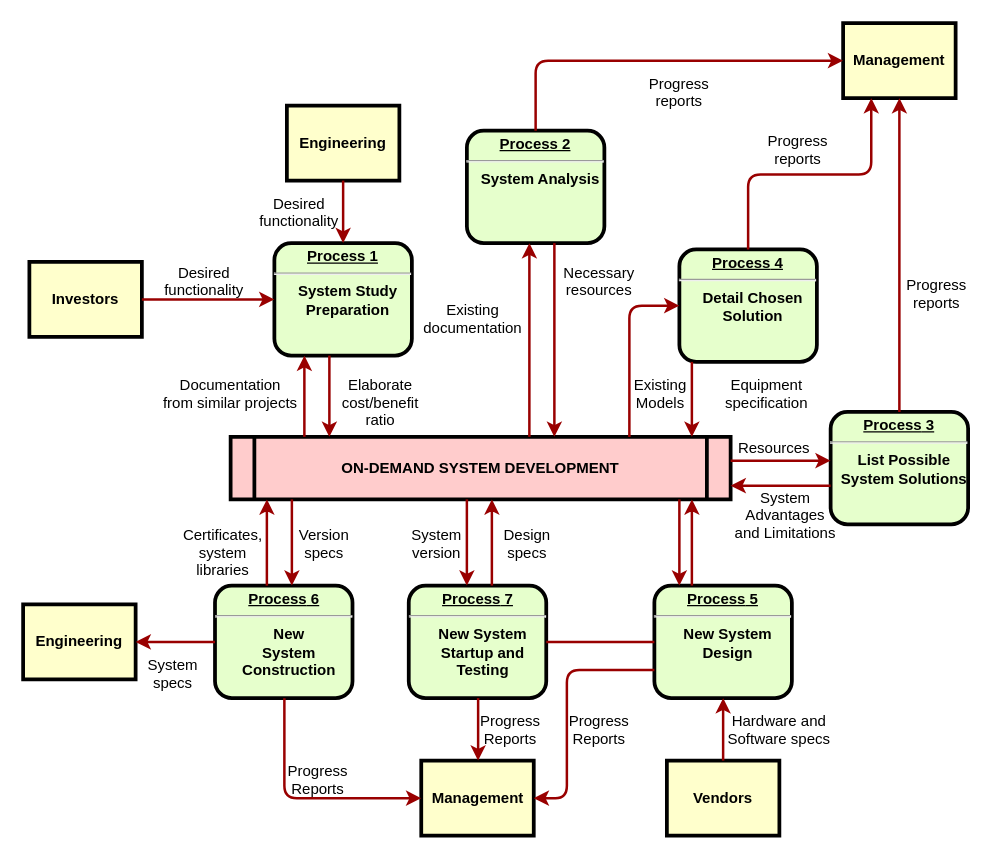
Earlier version of the draw.io diagram draw/Untitled Diagram.drawio (XiJinyu/draw.io). Source tidied: cells renumbered, new cells numbered last; positions are measured from the earlier drawing's top-left corner, leaving out a move shared by most shapes. Both pictures are drawn from the tidied source at 125%, with x=0, y=0 at pixel (22, 22).
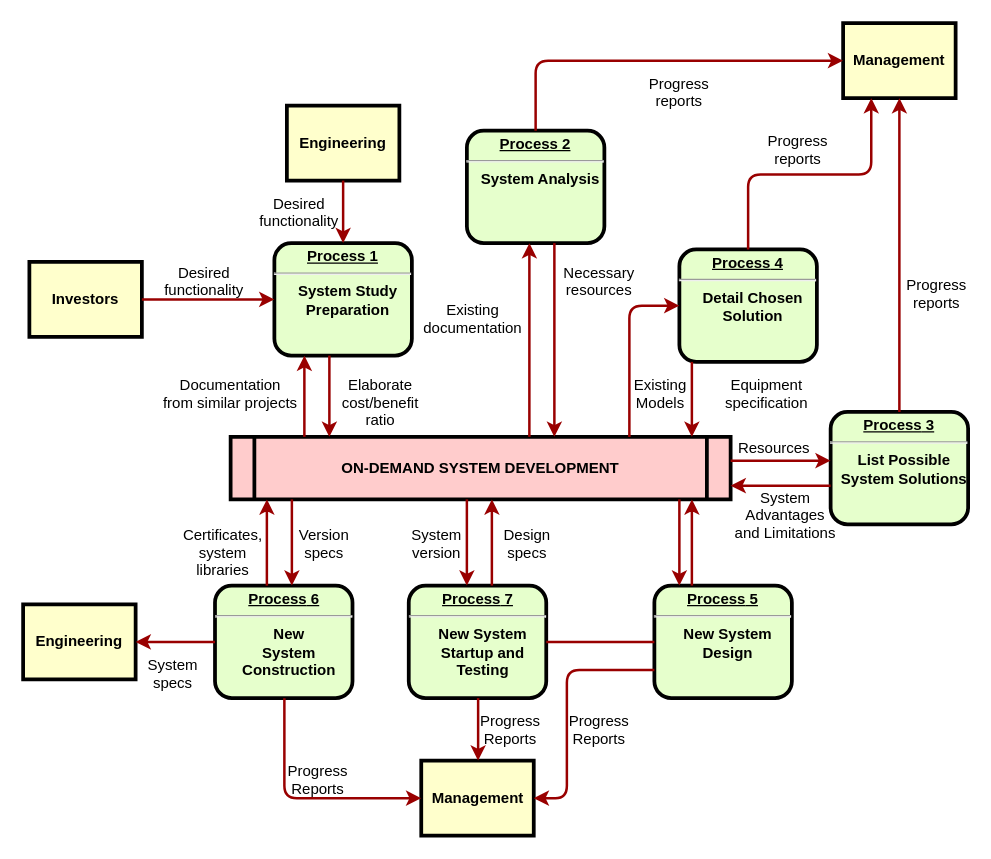
Above is the later version.

The change refers to these unchanged cells:
```xml
<mxCell id="9" value="&lt;p style=&quot;margin: 0px; margin-top: 4px; text-align: center; text-decoration: underline;&quot;&gt;&lt;strong&gt;&lt;strong&gt;Process&lt;/strong&gt; 5&lt;br /&gt;&lt;/strong&gt;&lt;/p&gt;&lt;hr /&gt;&lt;p style=&quot;margin: 0px; margin-left: 8px;&quot;&gt;New System&lt;/p&gt;&lt;p style=&quot;margin: 0px; margin-left: 8px;&quot;&gt;Design&lt;/p&gt;" style="verticalAlign=middle;align=center;overflow=fill;fontSize=12;fontFamily=Helvetica;html=1;rounded=1;fontStyle=1;strokeWidth=3;fillColor=#E6FFCC;" parent="1" vertex="1">
  <mxGeometry x="505" y="450" width="110" height="90" as="geometry" />
</mxCell>
```

Change to the diagram source:
```diff
@@
-    <mxCell id="14" value="Vendors" style="whiteSpace=wrap;align=center;verticalAlign=middle;fontStyle=1;strokeWidth=3;fillColor=#FFFFCC;" parent="1" vertex="1">
-      <mxGeometry x="515" y="590" width="90" height="60" as="geometry" />
-    </mxCell>
@@
-    <mxCell id="45" style="edgeStyle=elbowEdgeStyle;elbow=horizontal;strokeColor=#990000;strokeWidth=2;" parent="1" edge="1" source="14" target="9">
-      <mxGeometry relative="1" as="geometry" />
-    </mxCell>
-    <mxCell id="46" value="Hardware and&#10;Software specs" style="text;spacingTop=-5;align=center;" parent="1" vertex="1">
-      <mxGeometry x="590" y="550" width="30" height="20" as="geometry" />
-    </mxCell>
```
